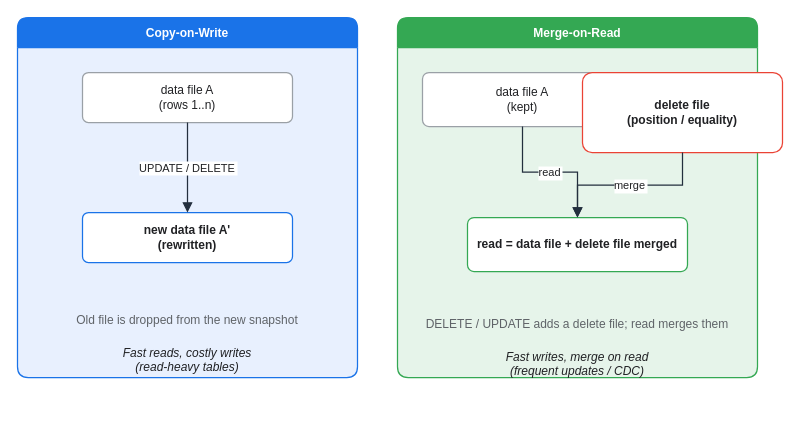
Earlier version of the draw.io diagram assets/img/aws/analytics-stack-11-iceberg-cow-vs-mor.drawio (KKamJi98/kkamji98.github.io). Source tidied: cells renumbered, new cells numbered last; positions are measured from the earlier drawing's top-left corner, leaving out a move shared by most shapes. Both pictures are drawn from the tidied source at 100%, with x=0, y=0 at pixel (17, 17).
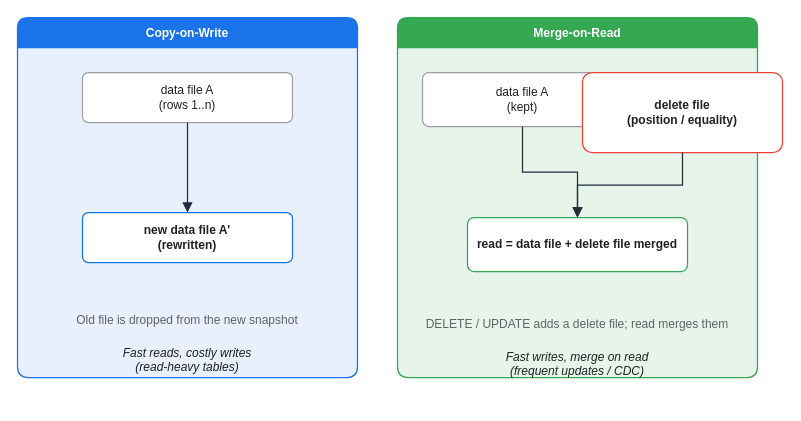
Above is the later version.

Change to the diagram source:
```diff
@@
 <mxGraphModel background="#FFFFFF">
   <root>
     <mxCell id="0" />
     <mxCell id="1" parent="0" />
     <mxCell id="2" value="Copy-on-Write" style="swimlane;rounded=1;arcSize=12;html=0;startSize=30;fillColor=#1A73E8;fontColor=#FFFFFF;swimlaneFillColor=#E8F0FE;strokeColor=#1A73E8;fontStyle=1;shadow=0;strokeWidth=1.25;" parent="1" vertex="1">
       <mxGeometry width="340" height="360" as="geometry" />
     </mxCell>
     <mxCell id="3" value="data file A&#10;(rows 1..n)" style="rounded=1;whiteSpace=wrap;html=0;arcSize=12;shadow=0;fillColor=#FFFFFF;strokeColor=#9AA0A6;fontColor=#202124;strokeWidth=1.25;" parent="2" vertex="1">
       <mxGeometry x="65" y="55" width="210" height="50" as="geometry" />
     </mxCell>
     <mxCell id="4" value="new data file A'&#10;(rewritten)" style="rounded=1;whiteSpace=wrap;html=0;arcSize=12;shadow=0;fillColor=#FFFFFF;strokeColor=#1A73E8;fontColor=#202124;fontStyle=1;strokeWidth=1.25;" parent="2" vertex="1">
       <mxGeometry x="65" y="195" width="210" height="50" as="geometry" />
     </mxCell>
     <mxCell id="5" value="Old file is dropped from the new snapshot" style="text;html=0;align=center;verticalAlign=middle;fontColor=#5F6368;" parent="2" vertex="1">
       <mxGeometry x="40" y="262" width="260" height="80" as="geometry" />
     </mxCell>
     <mxCell id="6" value="Fast reads, costly writes&#10;(read-heavy tables)" style="text;html=0;align=center;verticalAlign=middle;fontColor=#202124;fontStyle=2;" parent="2" vertex="1">
       <mxGeometry x="40" y="302" width="260" height="80" as="geometry" />
     </mxCell>
     <mxCell id="7" value="Merge-on-Read" style="swimlane;rounded=1;arcSize=12;html=0;startSize=30;fillColor=#34A853;fontColor=#FFFFFF;swimlaneFillColor=#E6F4EA;strokeColor=#34A853;fontStyle=1;shadow=0;strokeWidth=1.25;" parent="1" vertex="1">
       <mxGeometry x="380" width="360" height="360" as="geometry" />
     </mxCell>
     <mxCell id="8" value="data file A&#10;(kept)" style="rounded=1;whiteSpace=wrap;html=0;arcSize=12;shadow=0;fillColor=#FFFFFF;strokeColor=#9AA0A6;fontColor=#202124;strokeWidth=1.25;" parent="7" vertex="1">
       <mxGeometry x="25" y="55" width="200" height="54" as="geometry" />
     </mxCell>
     <mxCell id="9" value="delete file&#10;(position / equality)" style="rounded=1;whiteSpace=wrap;html=0;arcSize=12;shadow=0;fillColor=#FFFFFF;strokeColor=#EA4335;fontColor=#202124;fontStyle=1;strokeWidth=1.25;" parent="7" vertex="1">
       <mxGeometry x="185" y="55" width="200" height="80" as="geometry" />
     </mxCell>
     <mxCell id="10" value="read = data file + delete file merged" style="rounded=1;whiteSpace=wrap;html=0;arcSize=12;shadow=0;fillColor=#FFFFFF;strokeColor=#34A853;fontColor=#202124;fontStyle=1;strokeWidth=1.25;" parent="7" vertex="1">
       <mxGeometry x="70" y="200" width="220" height="54" as="geometry" />
     </mxCell>
     <mxCell id="11" value="DELETE / UPDATE adds a delete file; read merges them" style="text;html=0;align=center;verticalAlign=middle;fontColor=#5F6368;" parent="7" vertex="1">
       <mxGeometry x="40" y="266" width="280" height="80" as="geometry" />
     </mxCell>
     <mxCell id="12" value="Fast writes, merge on read&#10;(frequent updates / CDC)" style="text;html=0;align=center;verticalAlign=middle;fontColor=#202124;fontStyle=2;" parent="7" vertex="1">
       <mxGeometry x="40" y="306" width="280" height="80" as="geometry" />
     </mxCell>
-    <mxCell id="13" value="UPDATE / DELETE" style="edgeStyle=orthogonalEdgeStyle;rounded=0;html=0;endArrow=block;strokeColor=#232F3E;fontColor=#202124;labelBackgroundColor=#FFFFFF;strokeWidth=1.25;endSize=7;" parent="1" edge="1" source="3" target="4">
+    <mxCell id="13" style="edgeStyle=orthogonalEdgeStyle;rounded=0;html=0;endArrow=block;strokeColor=#232F3E;fontColor=#202124;labelBackgroundColor=none;strokeWidth=1.25;endSize=7;" parent="1" edge="1" source="3" target="4">
       <mxGeometry relative="1" as="geometry" />
     </mxCell>
-    <mxCell id="14" value="read" style="edgeStyle=orthogonalEdgeStyle;rounded=0;html=0;endArrow=block;strokeColor=#232F3E;fontColor=#202124;labelBackgroundColor=#FFFFFF;strokeWidth=1.25;endSize=7;" parent="1" edge="1" source="8" target="10">
+    <mxCell id="14" style="edgeStyle=orthogonalEdgeStyle;rounded=0;html=0;endArrow=block;strokeColor=#232F3E;fontColor=#202124;labelBackgroundColor=none;strokeWidth=1.25;endSize=7;" parent="1" edge="1" source="8" target="10">
       <mxGeometry relative="1" as="geometry" />
     </mxCell>
-    <mxCell id="15" value="merge" style="edgeStyle=orthogonalEdgeStyle;rounded=0;html=0;endArrow=block;strokeColor=#232F3E;fontColor=#202124;labelBackgroundColor=#FFFFFF;strokeWidth=1.25;endSize=7;" parent="1" edge="1" source="9" target="10">
+    <mxCell id="15" style="edgeStyle=orthogonalEdgeStyle;rounded=0;html=0;endArrow=block;strokeColor=#232F3E;fontColor=#202124;labelBackgroundColor=none;strokeWidth=1.25;endSize=7;" parent="1" edge="1" source="9" target="10">
       <mxGeometry relative="1" as="geometry" />
     </mxCell>
   </root>
 </mxGraphModel>
```
